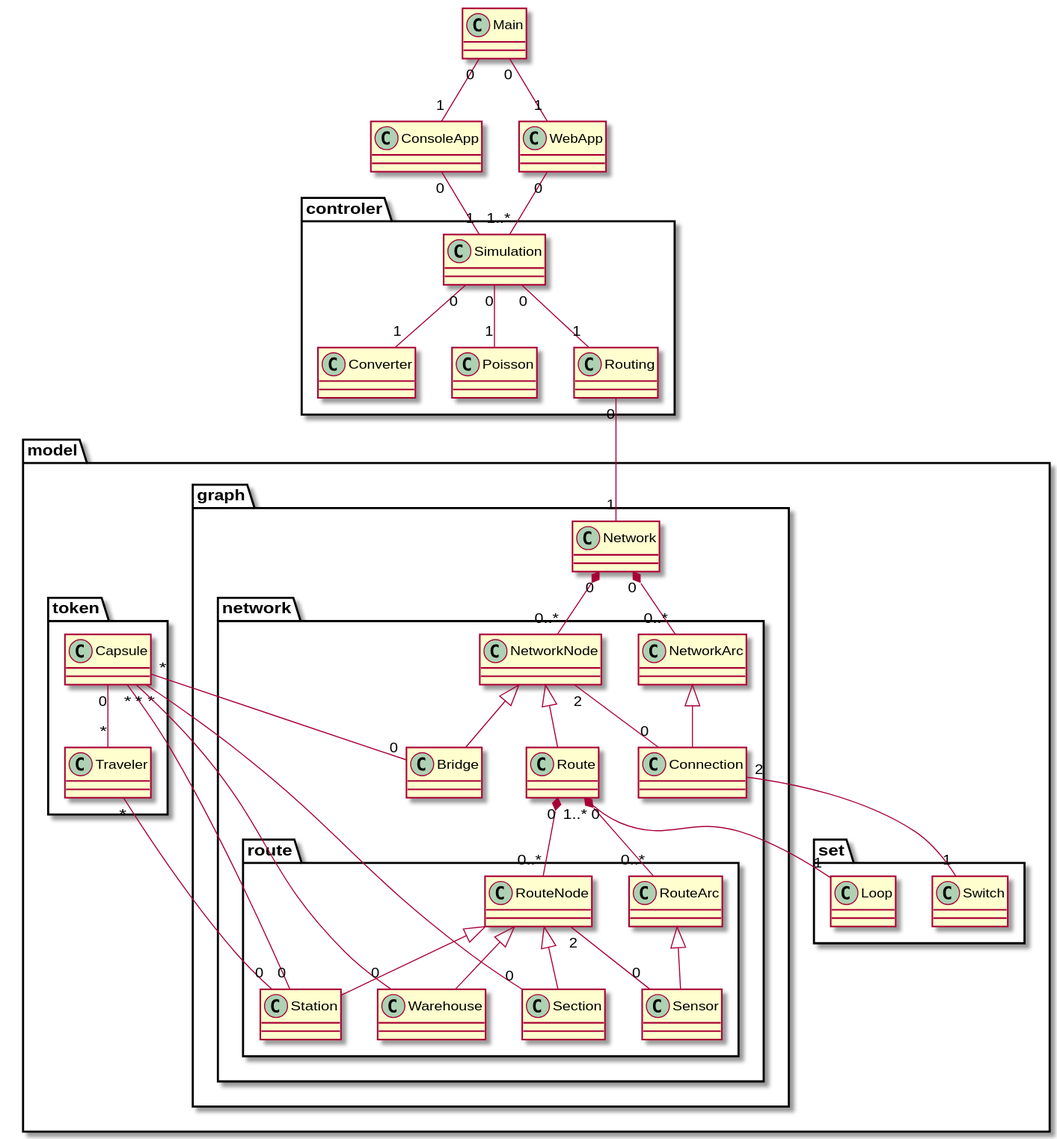
Before: docs/classes-0.3.svg, a diagram exported from PlantUML (PolariTOON/urbanloop-global-simulator). Its source is kept beside it as docs/classes-0.3.plantuml.
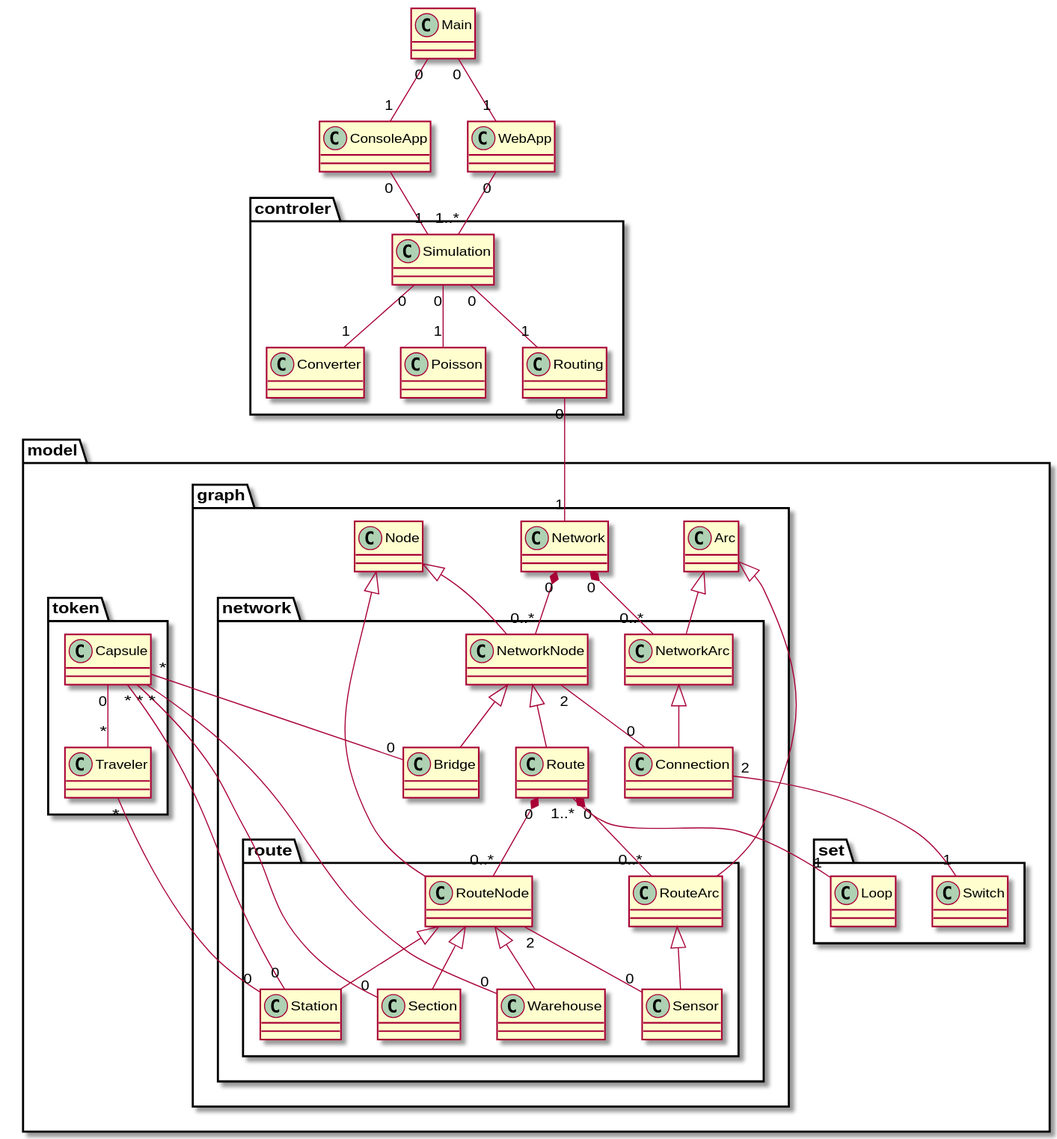
Above is the later version.

Commit message:
Ajout des classes `Node` et `Arc` au diagramme des classes

What changed in the source:
```diff
@@ -12,6 +12,8 @@
 package model {
 	package graph {
 		class Network
+		class Arc
+		class Node
 		package network {
 			class NetworkArc
 			class NetworkNode
@@ -48,6 +50,10 @@
 Routing "0"--"1" Network
 Network "0"*--"0..*" NetworkArc
 Network "0"*--"0..*" NetworkNode
+Arc <|-- NetworkArc
+Arc <|-- RouteArc
+Node <|-- NetworkNode
+Node <|-- RouteNode
 NetworkArc <|-- Connection
 NetworkNode <|-- Bridge
 NetworkNode <|-- Route
@@ -55,10 +61,10 @@
 Route "0"*--"0..*" RouteArc
 Route "0"*--"0..*" RouteNode
 RouteArc <|-- Sensor
-RouteNode "2"--"0" Sensor
 RouteNode <|-- Section
 RouteNode <|-- Station
 RouteNode <|-- Warehouse
+RouteNode "2"--"0" Sensor
 Connection "2"-right-"1" Switch
 Route "1..*"-right-"1" Loop
 Capsule "*"-right-"0" Bridge
```
